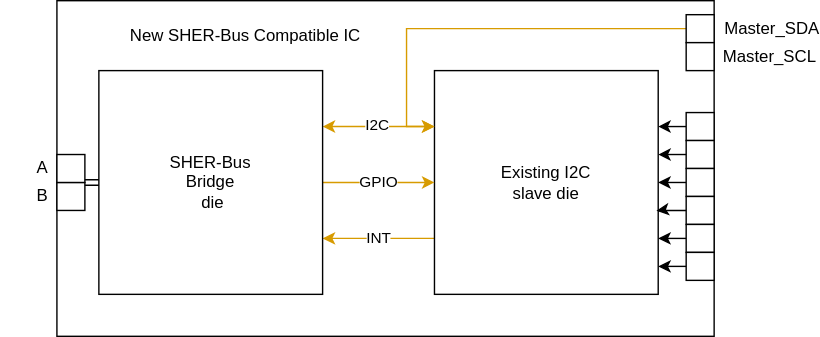
Before: Intergrated_bridge.svg, a diagram exported from draw.io (cdg66/BUS_figures). Source tidied: cells renumbered, new cells last; positions are measured from the earlier drawing's top-left corner, leaving out a move shared by most shapes.
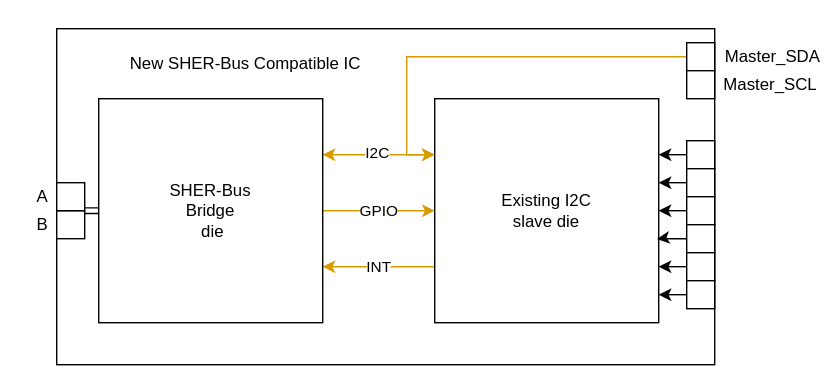
The same diagram one commit later.

The edit, as a diff of the source:
```diff
@@ -2,6 +2,9 @@
   <root>
     <mxCell id="0" />
     <mxCell id="1" parent="0" />
+    <mxCell id="32" style="rounded=0;whiteSpace=wrap;html=1;strokeColor=none;" parent="1" vertex="1">
+      <mxGeometry x="20" y="-20" width="570" height="280" as="geometry" />
+    </mxCell>
     <mxCell id="2" style="rounded=0;whiteSpace=wrap;html=1;" parent="1" vertex="1">
       <mxGeometry x="40" width="470" height="240" as="geometry" />
     </mxCell>
```
